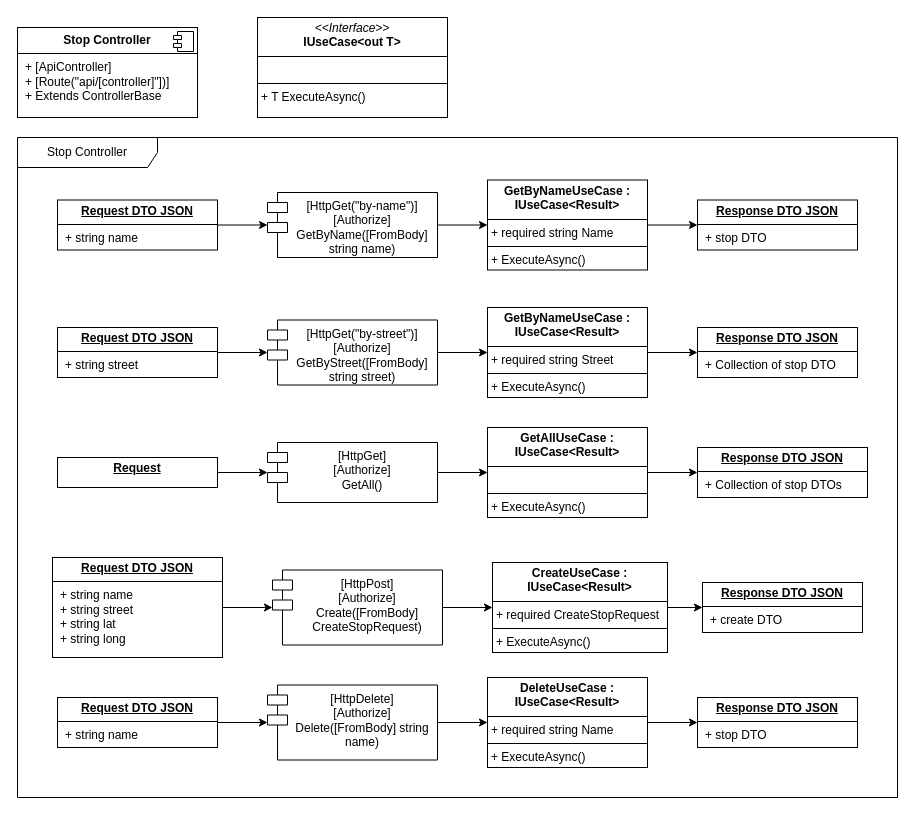
Above: page "Component_StopController" (7 of 9) of docs/drawio/Architecture_C4.drawio in Noweli/public-transport-app (draw.io), before the change. Source tidied: cells renumbered, new cells numbered last; positions are measured from the earlier drawing's top-left corner, leaving out a move shared by most shapes. Both pictures are drawn from the tidied source at 100%, with x=0, y=0 at pixel (17, 17).
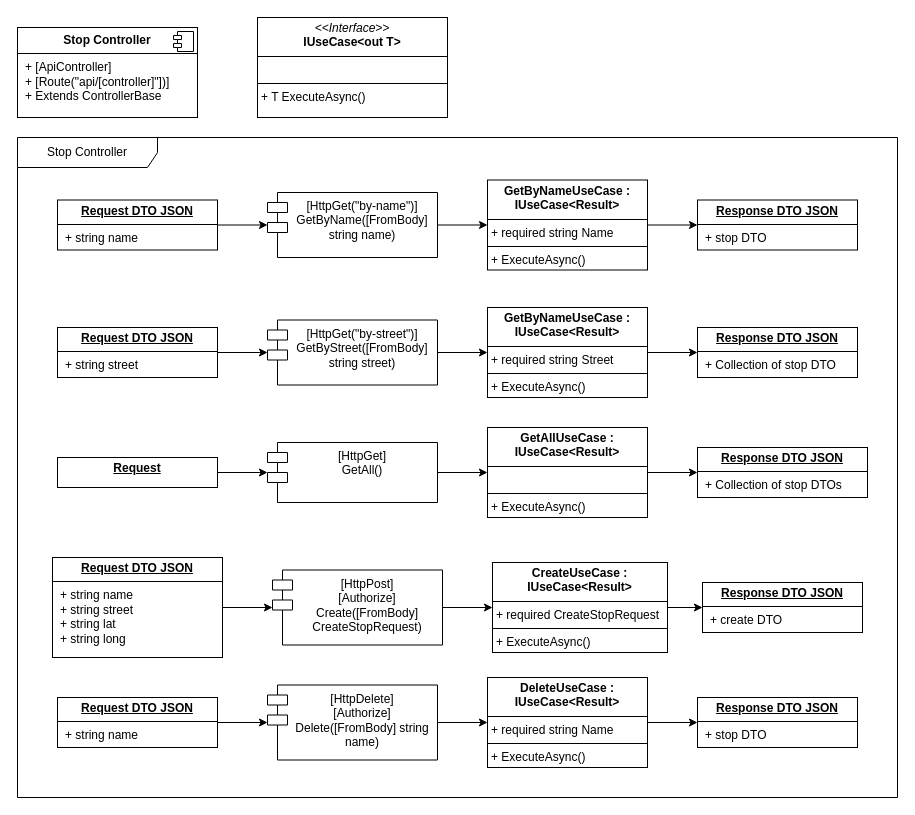
The same page after the edit.

The edit, as a diff of the source:
```diff
@@
-    <mxCell id="7" value="&lt;div&gt;[HttpGet(&quot;by-name&quot;)]&lt;/div&gt;&lt;div&gt;[Authorize]&lt;/div&gt;GetByName([FromBody] string name)" style="shape=module;align=left;spacingLeft=20;align=center;verticalAlign=top;whiteSpace=wrap;html=1;" parent="1" vertex="1">
+    <mxCell id="7" value="&lt;div&gt;[HttpGet(&quot;by-name&quot;)]&lt;/div&gt;GetByName([FromBody] string name)" style="shape=module;align=left;spacingLeft=20;align=center;verticalAlign=top;whiteSpace=wrap;html=1;" parent="1" vertex="1">
       <mxGeometry x="250" y="175" width="170" height="65" as="geometry" />
     </mxCell>
@@
-    <mxCell id="14" value="&lt;div&gt;[HttpGet]&lt;/div&gt;&lt;div&gt;[Authorize]&lt;/div&gt;GetAll()" style="shape=module;align=left;spacingLeft=20;align=center;verticalAlign=top;whiteSpace=wrap;html=1;" parent="1" vertex="1">
+    <mxCell id="14" value="&lt;div&gt;[HttpGet]&lt;/div&gt;GetAll()" style="shape=module;align=left;spacingLeft=20;align=center;verticalAlign=top;whiteSpace=wrap;html=1;" parent="1" vertex="1">
       <mxGeometry x="250" y="425" width="170" height="60" as="geometry" />
     </mxCell>
@@
-    <mxCell id="35" value="&lt;div&gt;[HttpGet(&quot;by-street&quot;)]&lt;/div&gt;&lt;div&gt;[Authorize]&lt;/div&gt;GetByStreet([FromBody] string street)" style="shape=module;align=left;spacingLeft=20;align=center;verticalAlign=top;whiteSpace=wrap;html=1;" parent="1" vertex="1">
+    <mxCell id="35" value="&lt;div&gt;[HttpGet(&quot;by-street&quot;)]&lt;/div&gt;GetByStreet([FromBody] string street)" style="shape=module;align=left;spacingLeft=20;align=center;verticalAlign=top;whiteSpace=wrap;html=1;" parent="1" vertex="1">
       <mxGeometry x="250" y="302.5" width="170" height="65" as="geometry" />
     </mxCell>
```
